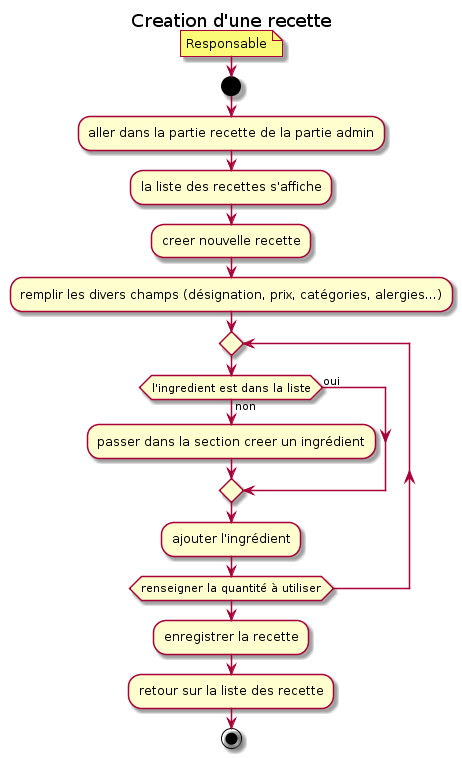
The PlantUML diagram doc/img/4_Recette_CREATE_RECIPE_activityDiagram.png in Zepmanbc/oc_dapython_pr4, before a commit. Its diagram source:
```plantuml
@startuml 4_Recette_CREATE_RECIPE_activityDiagram

title Creation d'une recette

note: Responsable

start

:aller dans la partie recette de la partie admin;

:la liste des recettes s'affiche;

:creer nouvelle recette;

:remplir les divers champs (désignation, prix, catégories, alergies...);

repeat
if (l'ingredient est dans la liste) then (non)
    :passer dans la section creer un ingrédient;
else (oui)
endif

:ajouter l'ingrédient;

repeat while (renseigner la quantité à utiliser)

:enregistrer la recette;

:retour sur la liste des recette;

stop

@enduml
```
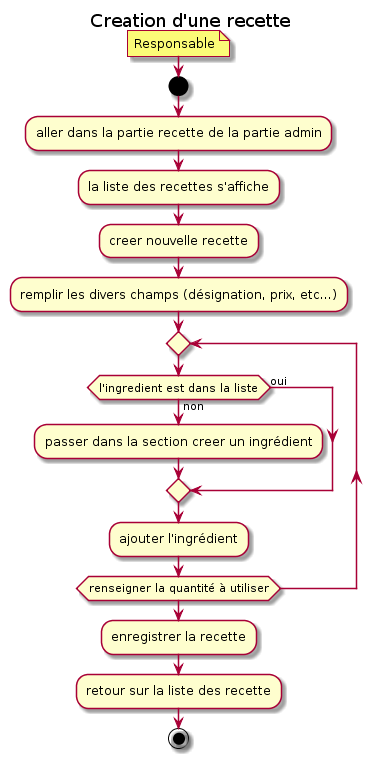
After the change.

The edit, as a diff of the source:
```diff
@@ -12,7 +12,7 @@
 
 :creer nouvelle recette;
 
-:remplir les divers champs (désignation, prix, catégories, alergies...);
+:remplir les divers champs (désignation, prix, etc...);
 
 repeat
 if (l'ingredient est dans la liste) then (non)
```
